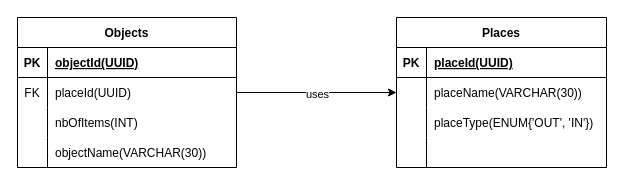
This is DbSchema.drawio from CrateME-UL/INV-Backend, a draw.io file, before an edit. Source tidied: cells renumbered, new cells numbered last; positions are measured from the earlier drawing's top-left corner, leaving out a move shared by most shapes. Both pictures are drawn from the tidied source at 100%, with x=0, y=0 at pixel (17, 17).
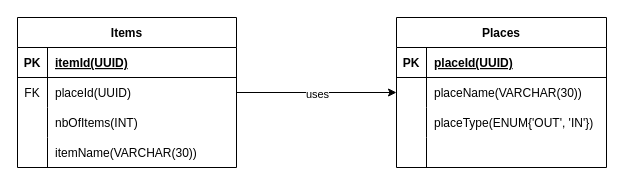
After the change.

Commit message (it also covers changes not shown here):
INV-19: setup env variable and schemas

Unchanged cells that the change refers to:
```xml
<mxCell id="3" style="shape=tableRow;horizontal=0;startSize=0;swimlaneHead=0;swimlaneBody=0;fillColor=none;top=0;left=0;right=0;bottom=1;" parent="2" vertex="1">
  <mxGeometry y="30" width="219" height="30" as="geometry" />
</mxCell>
<mxCell id="12" style="shape=tableRow;horizontal=0;startSize=0;swimlaneHead=0;swimlaneBody=0;fillColor=none;top=0;left=0;right=0;bottom=0;" parent="2" vertex="1">
  <mxGeometry y="120" width="219" height="30" as="geometry" />
</mxCell>
```

Change to the diagram source:
```diff
@@
-    <mxCell id="2" value="Objects" style="shape=table;startSize=30;childLayout=tableLayout;rowLines=0;fontStyle=1;align=center;" parent="1" vertex="1">
+    <mxCell id="2" value="Items" style="shape=table;startSize=30;childLayout=tableLayout;rowLines=0;fontStyle=1;align=center;" parent="1" vertex="1">
       <mxGeometry width="219" height="150" as="geometry" />
     </mxCell>
@@
-    <mxCell id="5" value="objectId(UUID)" style="shape=partialRectangle;fillColor=none;top=0;left=0;bottom=0;right=0;align=left;spacingLeft=6;fontStyle=5;overflow=hidden;" parent="3" vertex="1">
+    <mxCell id="5" value="itemId(UUID)" style="shape=partialRectangle;fillColor=none;top=0;left=0;bottom=0;right=0;align=left;spacingLeft=6;fontStyle=5;overflow=hidden;" parent="3" vertex="1">
       <mxGeometry x="30" width="189" height="30" as="geometry" />
     </mxCell>
@@
-    <mxCell id="14" value="objectName(VARCHAR(30))" style="shape=partialRectangle;fillColor=none;top=0;left=0;bottom=0;right=0;align=left;spacingLeft=6;overflow=hidden;" parent="12" vertex="1">
+    <mxCell id="14" value="itemName(VARCHAR(30))" style="shape=partialRectangle;fillColor=none;top=0;left=0;bottom=0;right=0;align=left;spacingLeft=6;overflow=hidden;" parent="12" vertex="1">
       <mxGeometry x="30" width="189" height="30" as="geometry" />
     </mxCell>
```
